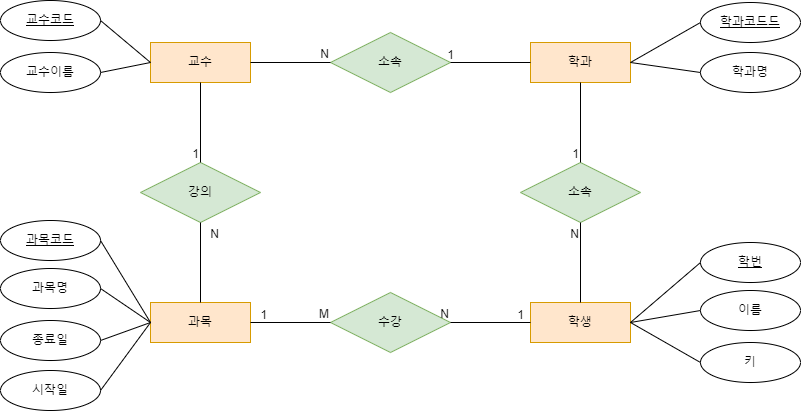
The draw.io diagram 학사관리.png in dudals3368/database, before a commit. Source tidied: cells renumbered, new cells last; positions are measured from the earlier drawing's top-left corner, leaving out a move shared by most shapes.
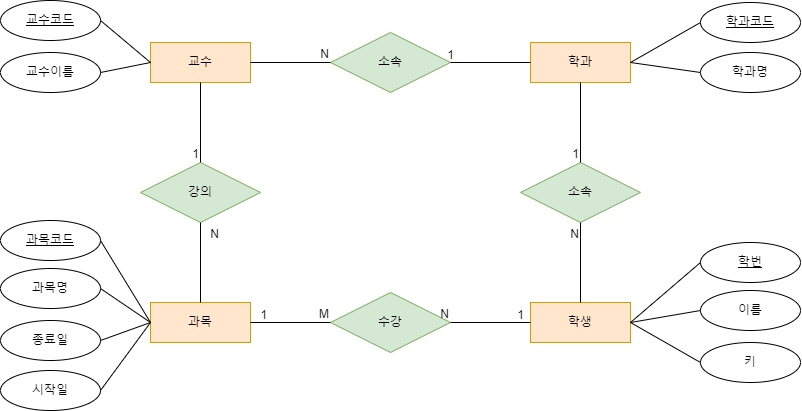
The same diagram one commit later.

Commit message:
학사관리.png 업데이트

Change to the diagram source:
```diff
@@ -99,7 +99,7 @@
     <mxCell id="32" style="endArrow=none;html=1;rounded=0;exitX=1;exitY=0.5;exitDx=0;exitDy=0;entryX=0;entryY=0.5;entryDx=0;entryDy=0;" parent="1" edge="1" source="30" target="2">
       <mxGeometry relative="1" as="geometry" />
     </mxCell>
-    <mxCell id="33" value="학과코드드" style="ellipse;whiteSpace=wrap;html=1;align=center;fontStyle=4;" parent="1" vertex="1">
+    <mxCell id="33" value="학과코드" style="ellipse;whiteSpace=wrap;html=1;align=center;fontStyle=4;" parent="1" vertex="1">
       <mxGeometry x="700" y="2" width="100" height="40" as="geometry" />
     </mxCell>
     <mxCell id="34" value="학과명" style="ellipse;whiteSpace=wrap;html=1;align=center;" parent="1" vertex="1">
```
